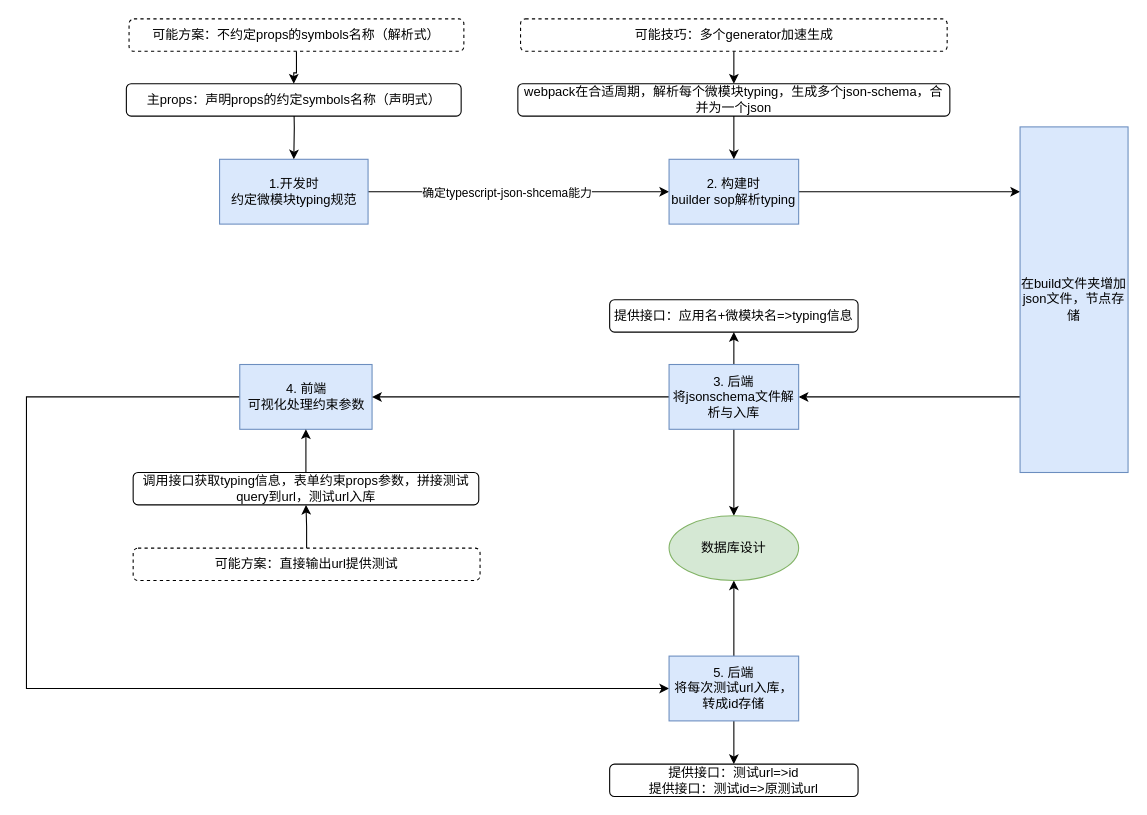
Ekko306/diagrams.net keeps this draw.io diagram as micro-mod/Untitled Diagram.drawio. Above is the earlier version. Source tidied: cells renumbered, new cells numbered last; positions are measured from the earlier drawing's top-left corner, leaving out a move shared by most shapes. Both pictures are drawn from the tidied source at 108%, with x=0, y=0 at pixel (26, -14).
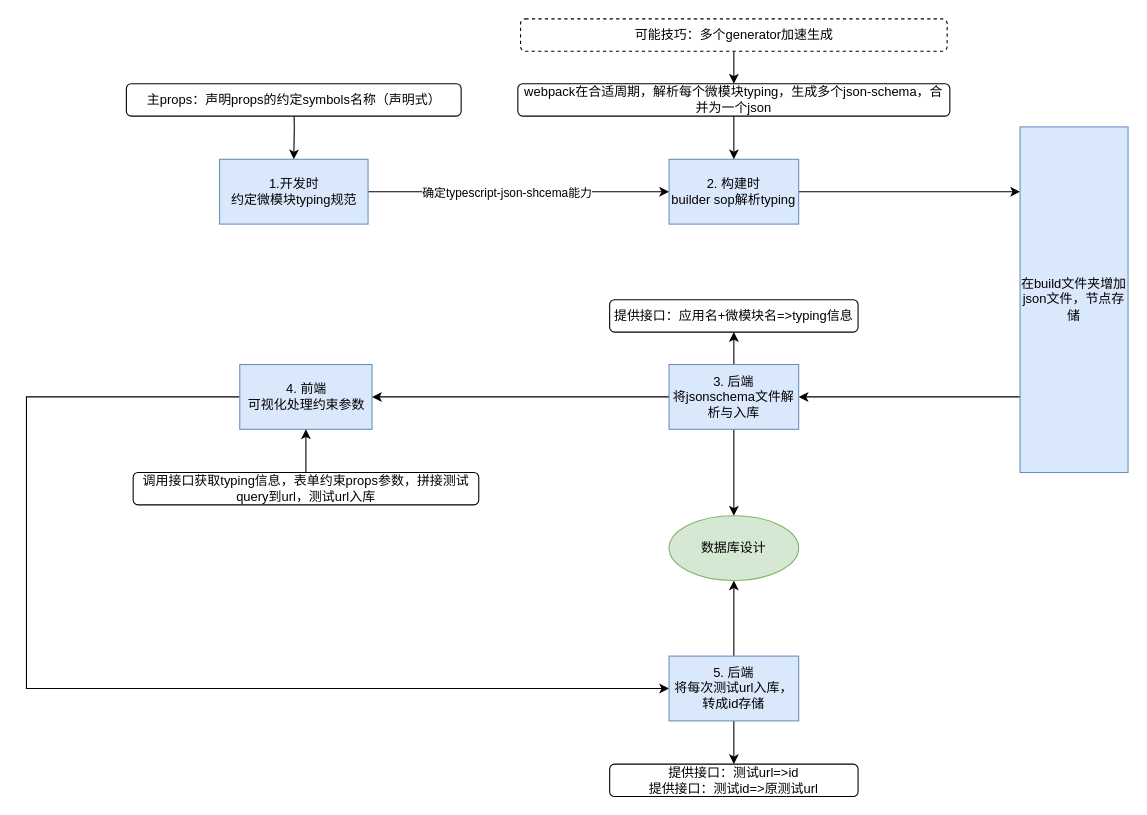
After the change.

Unchanged cells that the change refers to:
```xml
<mxCell id="14" value="主props：声明props的约定symbols名称（声明式）" style="rounded=1;whiteSpace=wrap;html=1;" parent="1" vertex="1">
  <mxGeometry x="92.5" y="90" width="310" height="30" as="geometry" />
</mxCell>
<mxCell id="39" value="调用接口获取typing信息，表单约束props参数，拼接测试query到url，测试url入库" style="rounded=1;whiteSpace=wrap;html=1;" parent="1" vertex="1">
  <mxGeometry x="98.8" y="450" width="320" height="30" as="geometry" />
</mxCell>
```

Change to the diagram source:
```diff
@@
-    <mxCell id="15" style="edgeStyle=orthogonalEdgeStyle;rounded=0;jettySize=auto;html=1;" parent="1" edge="1" source="16" target="14">
-      <mxGeometry relative="1" as="geometry" />
-    </mxCell>
-    <mxCell id="16" value="可能方案：不约定props的symbols名称（解析式）" style="rounded=1;whiteSpace=wrap;html=1;dashed=1;" parent="1" vertex="1">
-      <mxGeometry x="95" y="30" width="310" height="30" as="geometry" />
-    </mxCell>
@@
-    <mxCell id="21" style="edgeStyle=orthogonalEdgeStyle;rounded=0;jettySize=auto;html=1;" parent="1" edge="1" source="22" target="39">
-      <mxGeometry relative="1" as="geometry" />
-    </mxCell>
-    <mxCell id="22" value="可能方案：直接输出url提供测试" style="rounded=1;whiteSpace=wrap;html=1;dashed=1;" parent="1" vertex="1">
-      <mxGeometry x="98.8" y="520" width="321.2" height="30" as="geometry" />
-    </mxCell>
```
